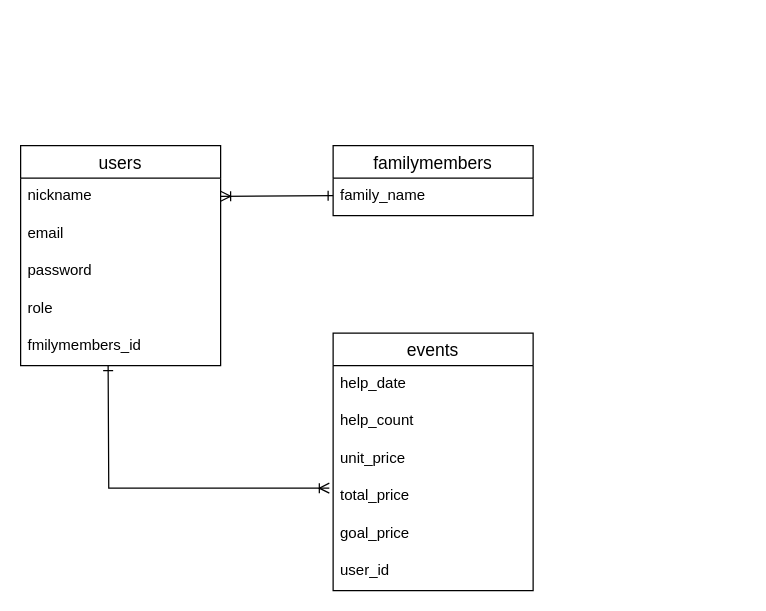
Above: test.dio in yujimiya/okozukai-app-39790- (draw.io), before the change. Source tidied: cells renumbered, new cells numbered last; positions are measured from the earlier drawing's top-left corner, leaving out a move shared by most shapes. Both pictures are drawn from the tidied source at 125%, with x=0, y=0 at pixel (20, 145).
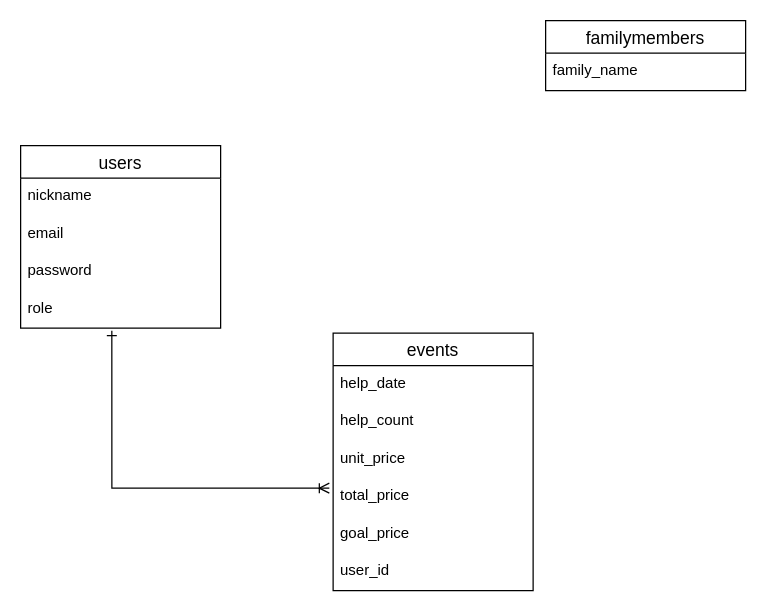
Above is the later version.

Unchanged cells that the change refers to:
```xml
<mxCell id="3" value="nickname" style="text;strokeColor=none;fillColor=none;spacingLeft=4;spacingRight=4;overflow=hidden;points=[[0,0.5],[1,0.5]];portConstraint=eastwest;fontSize=12;" parent="2" vertex="1">
  <mxGeometry y="26" width="160" height="30" as="geometry" />
</mxCell>
<mxCell id="6" value="role" style="text;strokeColor=none;fillColor=none;spacingLeft=4;spacingRight=4;overflow=hidden;points=[[0,0.5],[1,0.5]];portConstraint=eastwest;fontSize=12;" parent="2" vertex="1">
  <mxGeometry y="116" width="160" height="30" as="geometry" />
</mxCell>
<mxCell id="12" value="total_price" style="text;strokeColor=none;fillColor=none;spacingLeft=4;spacingRight=4;overflow=hidden;points=[[0,0.5],[1,0.5]];portConstraint=eastwest;fontSize=12;" parent="8" vertex="1">
  <mxGeometry y="116" width="160" height="30" as="geometry" />
</mxCell>
```

The edit, as a diff of the source:
```diff
@@
     <mxCell id="2" value="users" style="swimlane;fontStyle=0;horizontal=1;startSize=26;align=center;fontSize=14;" parent="1" vertex="1">
-      <mxGeometry width="160" height="176" as="geometry" />
+      <mxGeometry width="160" height="146" as="geometry" />
     </mxCell>
@@
-    <mxCell id="7" value="fmilymembers_id" style="text;strokeColor=none;fillColor=none;spacingLeft=4;spacingRight=4;overflow=hidden;fontSize=12;" parent="2" vertex="1">
-      <mxGeometry y="146" width="160" height="30" as="geometry" />
-    </mxCell>
@@
     <mxCell id="15" value="familymembers" style="swimlane;fontStyle=0;horizontal=1;startSize=26;align=center;fontSize=14;" parent="1" vertex="1">
-      <mxGeometry x="250" width="160" height="56" as="geometry" />
+      <mxGeometry x="420" y="-100" width="160" height="56" as="geometry" />
     </mxCell>
@@
-    <mxCell id="17" style="fontSize=12;html=1;endArrow=ERone;rounded=0;endFill=0;startArrow=ERoneToMany;startFill=0;" parent="1" edge="1" source="3">
-      <mxGeometry relative="1" as="geometry">
-        <mxPoint x="250" y="40" as="targetPoint" />
-      </mxGeometry>
-    </mxCell>
-    <mxCell id="18" style="edgeStyle=orthogonalEdgeStyle;fontSize=12;html=1;endArrow=ERone;rounded=0;exitX=-0.019;exitY=0.267;exitDx=0;exitDy=0;exitPerimeter=0;startArrow=ERoneToMany;startFill=0;endFill=0;" parent="1" edge="1" source="12">
+    <mxCell id="18" style="edgeStyle=orthogonalEdgeStyle;fontSize=12;html=1;endArrow=ERone;rounded=0;exitX=-0.019;exitY=0.267;exitDx=0;exitDy=0;exitPerimeter=0;startArrow=ERoneToMany;startFill=0;endFill=0;entryX=0.456;entryY=1.067;entryDx=0;entryDy=0;entryPerimeter=0;" parent="1" edge="1" source="12" target="6">
       <mxGeometry relative="1" as="geometry">
-        <mxPoint x="70" y="176" as="targetPoint" />
+        <Array as="points">
+          <mxPoint x="73" y="274" />
+        </Array>
       </mxGeometry>
     </mxCell>
```
